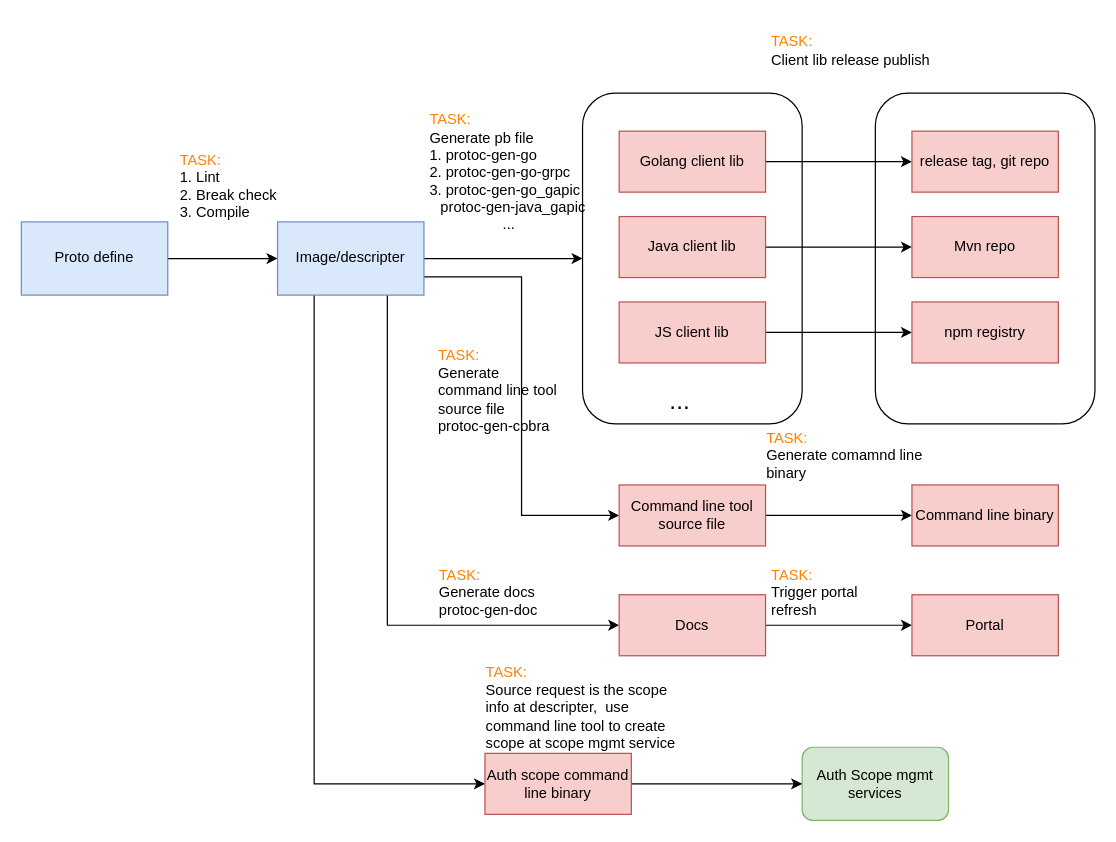
Above: HP/API_pipeline.drawio in zhangwm1987/mydraw_io (draw.io), before the change. Source tidied: cells renumbered, new cells numbered last; positions are measured from the earlier drawing's top-left corner, leaving out a move shared by most shapes. Both pictures are drawn from the tidied source at 122%, with x=0, y=0 at pixel (21, 21).
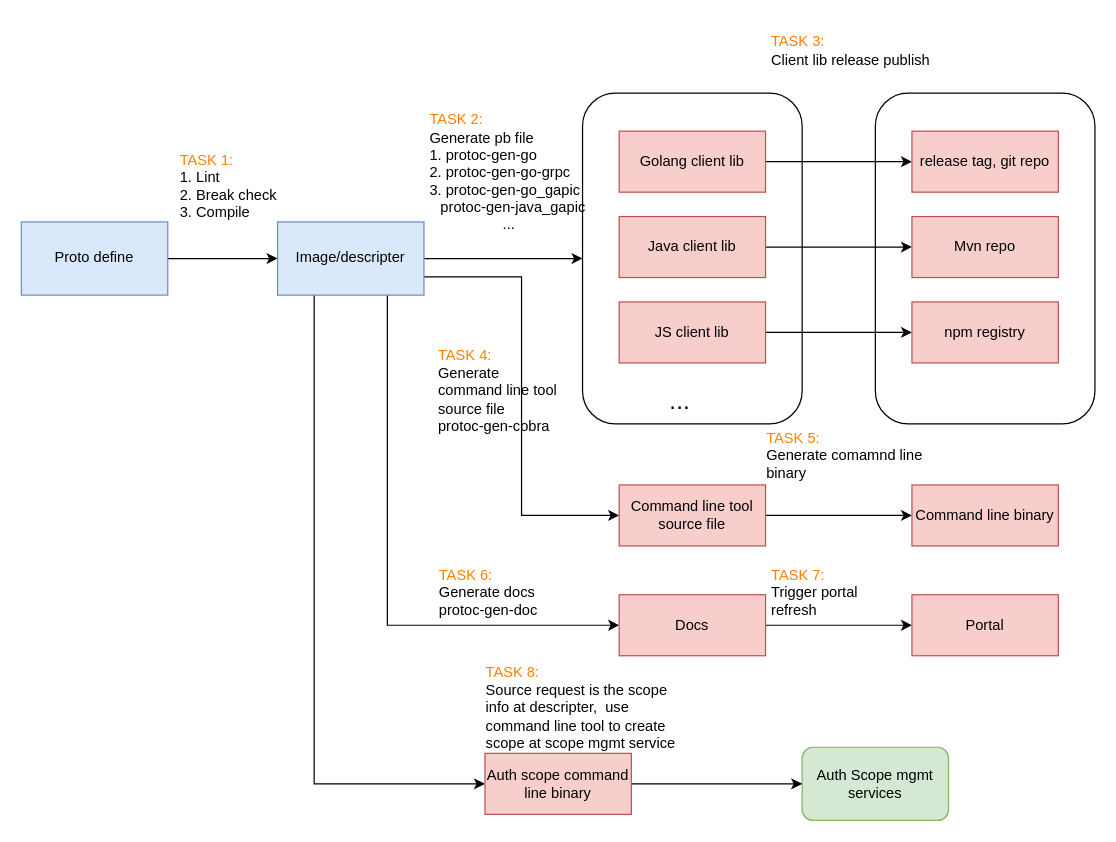
Above is the later version.

Change to the diagram source:
```diff
@@
-    <mxCell id="11" value="&lt;div style=&quot;text-align: left&quot;&gt;&lt;font color=&quot;#ff8000&quot;&gt;TASK:&lt;/font&gt;&lt;/div&gt;&lt;div style=&quot;text-align: left&quot;&gt;&lt;span&gt;1. Lint&lt;/span&gt;&lt;/div&gt;&lt;div style=&quot;text-align: left&quot;&gt;&lt;span&gt;2. Break check&lt;/span&gt;&lt;/div&gt;&lt;div style=&quot;text-align: left&quot;&gt;&lt;span&gt;3. Compile&lt;/span&gt;&lt;/div&gt;" style="text;html=1;strokeColor=none;fillColor=none;align=center;verticalAlign=middle;whiteSpace=wrap;rounded=0;" parent="1" vertex="1">
+    <mxCell id="11" value="&lt;div style=&quot;text-align: left&quot;&gt;&lt;font color=&quot;#ff8000&quot;&gt;TASK 1:&lt;/font&gt;&lt;/div&gt;&lt;div style=&quot;text-align: left&quot;&gt;&lt;span&gt;1. Lint&lt;/span&gt;&lt;/div&gt;&lt;div style=&quot;text-align: left&quot;&gt;&lt;span&gt;2. Break check&lt;/span&gt;&lt;/div&gt;&lt;div style=&quot;text-align: left&quot;&gt;&lt;span&gt;3. Compile&lt;/span&gt;&lt;/div&gt;" style="text;html=1;strokeColor=none;fillColor=none;align=center;verticalAlign=middle;whiteSpace=wrap;rounded=0;" parent="1" vertex="1">
       <mxGeometry x="110" y="90" width="120" height="90" as="geometry" />
     </mxCell>
@@
-    <mxCell id="18" value="&lt;div style=&quot;text-align: left&quot;&gt;&lt;font color=&quot;#ff8000&quot;&gt;TASK:&lt;/font&gt;&lt;/div&gt;&lt;div style=&quot;text-align: left&quot;&gt;&lt;span&gt;Generate pb file&amp;nbsp;&lt;/span&gt;&lt;/div&gt;&lt;div style=&quot;text-align: left&quot;&gt;&lt;span&gt;1. protoc-gen-go&lt;/span&gt;&lt;/div&gt;&lt;div style=&quot;text-align: left&quot;&gt;&lt;span&gt;2. protoc-gen-go-grpc&lt;/span&gt;&lt;/div&gt;&lt;div style=&quot;text-align: left&quot;&gt;&lt;span&gt;3. protoc-gen-go_gapic&lt;/span&gt;&lt;span&gt;&amp;nbsp;&amp;nbsp;&lt;/span&gt;&lt;/div&gt;&lt;span&gt;&amp;nbsp; protoc-gen-java_gapic&lt;br&gt;...&lt;br&gt;&lt;/span&gt;" style="text;html=1;strokeColor=none;fillColor=none;align=center;verticalAlign=middle;whiteSpace=wrap;rounded=0;" parent="1" vertex="1">
+    <mxCell id="18" value="&lt;div style=&quot;text-align: left&quot;&gt;&lt;font color=&quot;#ff8000&quot;&gt;TASK 2:&lt;/font&gt;&lt;/div&gt;&lt;div style=&quot;text-align: left&quot;&gt;&lt;span&gt;Generate pb file&amp;nbsp;&lt;/span&gt;&lt;/div&gt;&lt;div style=&quot;text-align: left&quot;&gt;&lt;span&gt;1. protoc-gen-go&lt;/span&gt;&lt;/div&gt;&lt;div style=&quot;text-align: left&quot;&gt;&lt;span&gt;2. protoc-gen-go-grpc&lt;/span&gt;&lt;/div&gt;&lt;div style=&quot;text-align: left&quot;&gt;&lt;span&gt;3. protoc-gen-go_gapic&lt;/span&gt;&lt;span&gt;&amp;nbsp;&amp;nbsp;&lt;/span&gt;&lt;/div&gt;&lt;span&gt;&amp;nbsp; protoc-gen-java_gapic&lt;br&gt;...&lt;br&gt;&lt;/span&gt;" style="text;html=1;strokeColor=none;fillColor=none;align=center;verticalAlign=middle;whiteSpace=wrap;rounded=0;" parent="1" vertex="1">
       <mxGeometry x="330" y="58.8" width="140" height="130" as="geometry" />
     </mxCell>
@@
-    <mxCell id="23" value="&lt;div style=&quot;text-align: left&quot;&gt;&lt;font color=&quot;#ff8000&quot;&gt;TASK:&lt;/font&gt;&lt;/div&gt;&lt;div&gt;&lt;/div&gt;&lt;span&gt;&lt;div style=&quot;text-align: left&quot;&gt;&lt;span&gt;Client lib release publish&lt;/span&gt;&lt;/div&gt;&lt;/span&gt;" style="text;html=1;strokeColor=none;fillColor=none;align=center;verticalAlign=middle;whiteSpace=wrap;rounded=0;" parent="1" vertex="1">
+    <mxCell id="23" value="&lt;div style=&quot;text-align: left&quot;&gt;&lt;font color=&quot;#ff8000&quot;&gt;TASK 3:&lt;/font&gt;&lt;/div&gt;&lt;div&gt;&lt;/div&gt;&lt;span&gt;&lt;div style=&quot;text-align: left&quot;&gt;&lt;span&gt;Client lib release publish&lt;/span&gt;&lt;/div&gt;&lt;/span&gt;" style="text;html=1;strokeColor=none;fillColor=none;align=center;verticalAlign=middle;whiteSpace=wrap;rounded=0;" parent="1" vertex="1">
       <mxGeometry x="610" width="140" height="48.8" as="geometry" />
     </mxCell>
@@
-    <mxCell id="27" value="&lt;div style=&quot;text-align: left&quot;&gt;&lt;font color=&quot;#ff8000&quot;&gt;TASK:&lt;/font&gt;&lt;/div&gt;&lt;div style=&quot;text-align: left&quot;&gt;Generate comamnd line binary&lt;/div&gt;" style="text;html=1;strokeColor=none;fillColor=none;align=center;verticalAlign=middle;whiteSpace=wrap;rounded=0;" parent="1" vertex="1">
+    <mxCell id="27" value="&lt;div style=&quot;text-align: left&quot;&gt;&lt;font color=&quot;#ff8000&quot;&gt;TASK 5:&lt;/font&gt;&lt;/div&gt;&lt;div style=&quot;text-align: left&quot;&gt;Generate comamnd line binary&lt;/div&gt;" style="text;html=1;strokeColor=none;fillColor=none;align=center;verticalAlign=middle;whiteSpace=wrap;rounded=0;" parent="1" vertex="1">
       <mxGeometry x="610" y="331.2" width="140" height="48.8" as="geometry" />
     </mxCell>
-    <mxCell id="28" value="&lt;div style=&quot;text-align: left&quot;&gt;&lt;font color=&quot;#ff8000&quot;&gt;TASK:&lt;/font&gt;&lt;/div&gt;&lt;div style=&quot;text-align: left&quot;&gt;&lt;span&gt;Generate command line tool source file&lt;/span&gt;&lt;/div&gt;&lt;div style=&quot;text-align: left&quot;&gt;&lt;span&gt;protoc-gen-cobra&lt;/span&gt;&lt;/div&gt;&lt;span&gt;&lt;br&gt;&lt;/span&gt;" style="text;html=1;strokeColor=none;fillColor=none;align=center;verticalAlign=middle;whiteSpace=wrap;rounded=0;" parent="1" vertex="1">
+    <mxCell id="28" value="&lt;div style=&quot;text-align: left&quot;&gt;&lt;font color=&quot;#ff8000&quot;&gt;TASK 4:&lt;/font&gt;&lt;/div&gt;&lt;div style=&quot;text-align: left&quot;&gt;&lt;span&gt;Generate command line tool source file&lt;/span&gt;&lt;/div&gt;&lt;div style=&quot;text-align: left&quot;&gt;&lt;span&gt;protoc-gen-cobra&lt;/span&gt;&lt;/div&gt;&lt;span&gt;&lt;br&gt;&lt;/span&gt;" style="text;html=1;strokeColor=none;fillColor=none;align=center;verticalAlign=middle;whiteSpace=wrap;rounded=0;" parent="1" vertex="1">
       <mxGeometry x="341" y="245" width="106" height="130" as="geometry" />
     </mxCell>
@@
-    <mxCell id="32" value="&lt;div style=&quot;text-align: left&quot;&gt;&lt;font color=&quot;#ff8000&quot;&gt;TASK:&lt;/font&gt;&lt;/div&gt;&lt;div style=&quot;text-align: left&quot;&gt;&lt;span&gt;Generate docs&lt;/span&gt;&lt;/div&gt;&lt;div style=&quot;text-align: left&quot;&gt;&lt;span&gt;protoc-gen-doc&lt;/span&gt;&lt;/div&gt;&lt;span&gt;&lt;br&gt;&lt;/span&gt;" style="text;html=1;strokeColor=none;fillColor=none;align=center;verticalAlign=middle;whiteSpace=wrap;rounded=0;" parent="1" vertex="1">
+    <mxCell id="32" value="&lt;div style=&quot;text-align: left&quot;&gt;&lt;font color=&quot;#ff8000&quot;&gt;TASK 6:&lt;/font&gt;&lt;/div&gt;&lt;div style=&quot;text-align: left&quot;&gt;&lt;span&gt;Generate docs&lt;/span&gt;&lt;/div&gt;&lt;div style=&quot;text-align: left&quot;&gt;&lt;span&gt;protoc-gen-doc&lt;/span&gt;&lt;/div&gt;&lt;span&gt;&lt;br&gt;&lt;/span&gt;" style="text;html=1;strokeColor=none;fillColor=none;align=center;verticalAlign=middle;whiteSpace=wrap;rounded=0;" parent="1" vertex="1">
       <mxGeometry x="330" y="450" width="106" height="50" as="geometry" />
     </mxCell>
-    <mxCell id="33" value="&lt;div style=&quot;text-align: left&quot;&gt;&lt;font color=&quot;#ff8000&quot;&gt;TASK:&lt;/font&gt;&lt;/div&gt;&lt;div style=&quot;text-align: left&quot;&gt;Trigger portal refresh&lt;/div&gt;&lt;span&gt;&lt;br&gt;&lt;/span&gt;" style="text;html=1;strokeColor=none;fillColor=none;align=center;verticalAlign=middle;whiteSpace=wrap;rounded=0;" parent="1" vertex="1">
+    <mxCell id="33" value="&lt;div style=&quot;text-align: left&quot;&gt;&lt;font color=&quot;#ff8000&quot;&gt;TASK 7:&lt;/font&gt;&lt;/div&gt;&lt;div style=&quot;text-align: left&quot;&gt;Trigger portal refresh&lt;/div&gt;&lt;span&gt;&lt;br&gt;&lt;/span&gt;" style="text;html=1;strokeColor=none;fillColor=none;align=center;verticalAlign=middle;whiteSpace=wrap;rounded=0;" parent="1" vertex="1">
       <mxGeometry x="614" y="450" width="106" height="50" as="geometry" />
     </mxCell>
@@
-    <mxCell id="37" value="&lt;div style=&quot;text-align: left&quot;&gt;&lt;font color=&quot;#ff8000&quot;&gt;TASK:&lt;/font&gt;&lt;/div&gt;&lt;div style=&quot;text-align: left&quot;&gt;Source request is the scope info at descripter,&amp;nbsp; use command line tool to create scope at scope mgmt service&lt;/div&gt;&lt;span&gt;&lt;br&gt;&lt;/span&gt;" style="text;html=1;strokeColor=none;fillColor=none;align=center;verticalAlign=middle;whiteSpace=wrap;rounded=0;" parent="1" vertex="1">
+    <mxCell id="37" value="&lt;div style=&quot;text-align: left&quot;&gt;&lt;font color=&quot;#ff8000&quot;&gt;TASK 8:&lt;/font&gt;&lt;/div&gt;&lt;div style=&quot;text-align: left&quot;&gt;Source request is the scope info at descripter,&amp;nbsp; use command line tool to create scope at scope mgmt service&lt;/div&gt;&lt;span&gt;&lt;br&gt;&lt;/span&gt;" style="text;html=1;strokeColor=none;fillColor=none;align=center;verticalAlign=middle;whiteSpace=wrap;rounded=0;" parent="1" vertex="1">
       <mxGeometry x="380" y="545" width="166" height="50" as="geometry" />
     </mxCell>
```
